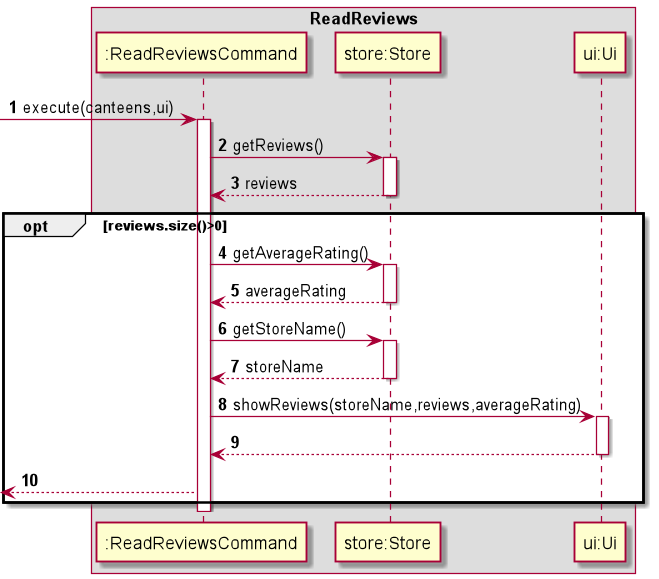
Earlier version of the PlantUML export docs/img/ReadReviews.png (nagiteja/tp). The source it was exported from:
```plantuml
@startuml

autonumber
box ReadReviews


->":ReadReviewsCommand": execute(canteens,ui)
activate ":ReadReviewsCommand"
":ReadReviewsCommand"->"store:Store":getReviews()
activate "store:Store"
"store:Store"-->":ReadReviewsCommand":reviews
deactivate "store:Store"
opt reviews.size()>0
    ":ReadReviewsCommand"->"store:Store":getAverageRating()
    activate "store:Store"
    "store:Store"-->":ReadReviewsCommand":averageRating
    deactivate "store:Store"
    ":ReadReviewsCommand"->"store:Store":getStoreName()
    activate "store:Store"
    return storeName
    deactivate "store:Store"
    ":ReadReviewsCommand"->"ui:Ui":showReviews(storeName,reviews,averageRating)
    activate "ui:Ui"
    "ui:Ui"-->":ReadReviewsCommand"
     deactivate "ui:Ui"
    <--":ReadReviewsCommand"
end
deactivate ":ReadReviewsCommand"

@enduml
```
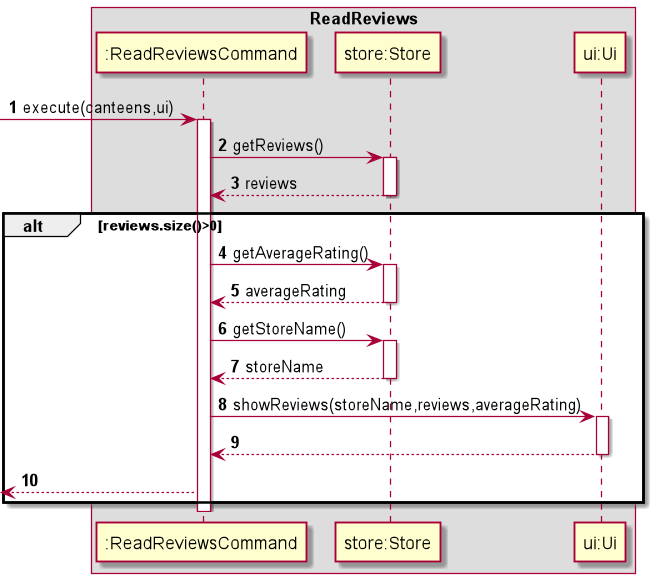
The same file after the commit.

Commit message:
update code and sequence diagram

Diff of the diagram source:
```diff
@@ -10,7 +10,7 @@
 activate "store:Store"
 "store:Store"-->":ReadReviewsCommand":reviews
 deactivate "store:Store"
-opt reviews.size()>0
+alt reviews.size()>0
     ":ReadReviewsCommand"->"store:Store":getAverageRating()
     activate "store:Store"
     "store:Store"-->":ReadReviewsCommand":averageRating
```
